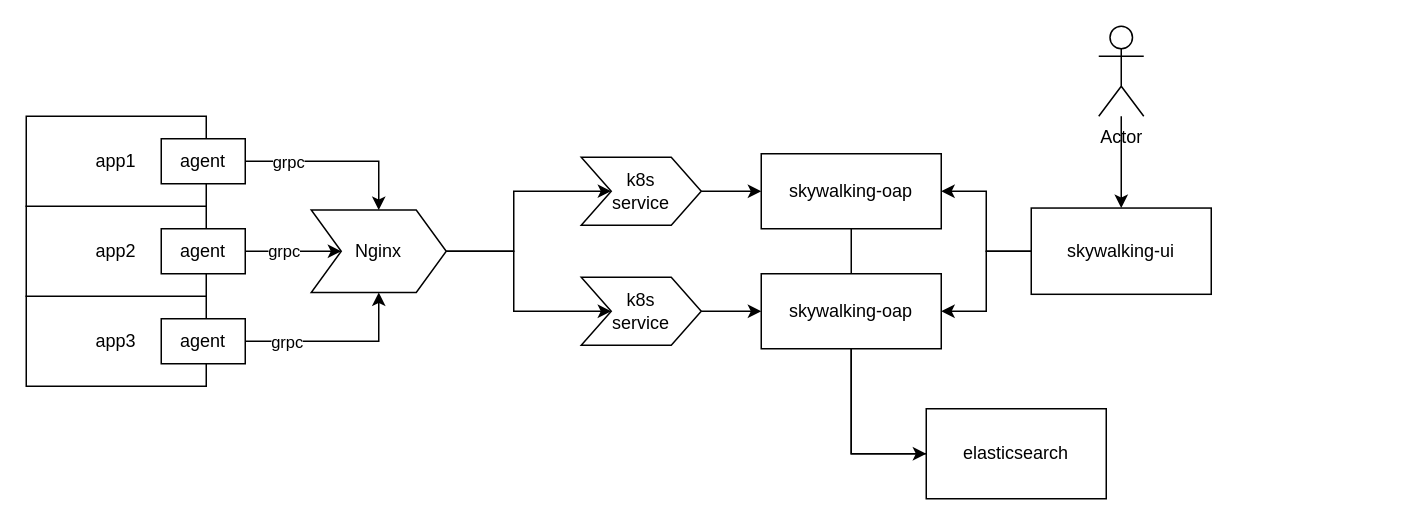
The draw.io diagram source/_posts/Distribution/grpc-in-k8s/skywalking-nginx.drawio in holmofy/blog.hufeifei.cn, before the edit. Source tidied: cells renumbered, new cells numbered last; positions are measured from the earlier drawing's top-left corner, leaving out a move shared by most shapes. Both pictures are drawn from the tidied source at 150%, with x=0, y=0 at pixel (26, 26).
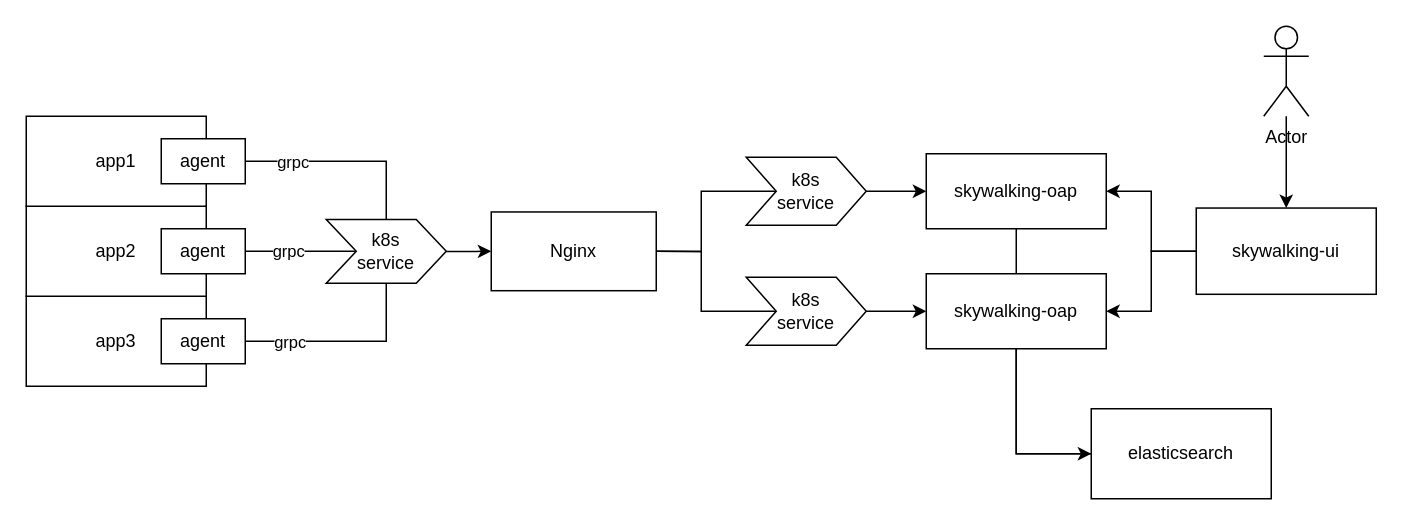
The same diagram, later.

The change refers to these unchanged cells:
```xml
<mxCell id="8" value="agent" style="rounded=0;whiteSpace=wrap;html=1;" parent="1" vertex="1">
  <mxGeometry x="90" y="75" width="56" height="30" as="geometry" />
</mxCell>
<mxCell id="11" value="agent" style="rounded=0;whiteSpace=wrap;html=1;" parent="1" vertex="1">
  <mxGeometry x="90" y="195" width="56" height="30" as="geometry" />
</mxCell>
<mxCell id="14" value="agent" style="rounded=0;whiteSpace=wrap;html=1;" parent="1" vertex="1">
  <mxGeometry x="90" y="135" width="56" height="30" as="geometry" />
</mxCell>
```

Change to the diagram source:
```diff
@@
     <mxCell id="2" style="edgeStyle=orthogonalEdgeStyle;rounded=0;jettySize=auto;html=1;entryX=0.5;entryY=0;entryDx=0;entryDy=0;" parent="1" edge="1" source="17" target="21">
       <mxGeometry relative="1" as="geometry">
         <Array as="points">
-          <mxPoint x="550" y="285" />
           <mxPoint x="660" y="285" />
+          <mxPoint x="770" y="285" />
         </Array>
       </mxGeometry>
     </mxCell>
@@
-    <mxCell id="6" style="edgeStyle=orthogonalEdgeStyle;rounded=0;jettySize=auto;html=1;entryX=0.5;entryY=0;entryDx=0;entryDy=0;" parent="1" edge="1" source="8" target="20">
+    <mxCell id="6" style="edgeStyle=orthogonalEdgeStyle;rounded=0;jettySize=auto;html=1;entryX=0.5;entryY=0;entryDx=0;entryDy=0;endArrow=none;endFill=0;" parent="1" edge="1" source="8" target="20">
       <mxGeometry relative="1" as="geometry" />
     </mxCell>
@@
-    <mxCell id="9" style="edgeStyle=orthogonalEdgeStyle;rounded=0;jettySize=auto;html=1;entryX=0.5;entryY=1;entryDx=0;entryDy=0;" parent="1" edge="1" source="11" target="20">
+    <mxCell id="9" style="edgeStyle=orthogonalEdgeStyle;rounded=0;jettySize=auto;html=1;entryX=0.5;entryY=1;entryDx=0;entryDy=0;endArrow=none;endFill=0;" parent="1" edge="1" source="11" target="20">
       <mxGeometry relative="1" as="geometry" />
     </mxCell>
@@
-    <mxCell id="12" style="edgeStyle=orthogonalEdgeStyle;rounded=0;jettySize=auto;html=1;entryX=0;entryY=0.5;entryDx=0;entryDy=0;" parent="1" edge="1" source="14" target="20">
+    <mxCell id="12" style="edgeStyle=orthogonalEdgeStyle;rounded=0;jettySize=auto;html=1;entryX=0;entryY=0.5;entryDx=0;entryDy=0;endArrow=none;endFill=0;" parent="1" edge="1" source="14" target="20">
       <mxGeometry relative="1" as="geometry" />
     </mxCell>
@@
     <mxCell id="16" value="skywalking-oap" style="rounded=0;whiteSpace=wrap;html=1;" parent="1" vertex="1">
-      <mxGeometry x="490" y="165" width="120" height="50" as="geometry" />
+      <mxGeometry x="600" y="165" width="120" height="50" as="geometry" />
     </mxCell>
     <mxCell id="17" value="skywalking-oap" style="rounded=0;whiteSpace=wrap;html=1;" parent="1" vertex="1">
-      <mxGeometry x="490" y="85" width="120" height="50" as="geometry" />
+      <mxGeometry x="600" y="85" width="120" height="50" as="geometry" />
     </mxCell>
-    <mxCell id="18" style="edgeStyle=orthogonalEdgeStyle;rounded=0;jettySize=auto;html=1;entryX=0;entryY=0.5;entryDx=0;entryDy=0;" parent="1" edge="1" source="20" target="28">
+    <mxCell id="18" style="edgeStyle=orthogonalEdgeStyle;rounded=0;jettySize=auto;html=1;entryX=0;entryY=0.5;entryDx=0;entryDy=0;endArrow=none;endFill=0;exitX=1;exitY=0.5;exitDx=0;exitDy=0;" parent="1" edge="1" source="32" target="28">
       <mxGeometry relative="1" as="geometry" />
     </mxCell>
-    <mxCell id="19" style="edgeStyle=orthogonalEdgeStyle;rounded=0;jettySize=auto;html=1;" parent="1" edge="1" source="20" target="30">
+    <mxCell id="19" style="edgeStyle=orthogonalEdgeStyle;rounded=0;jettySize=auto;html=1;endArrow=none;endFill=0;exitX=1;exitY=0.5;exitDx=0;exitDy=0;" parent="1" edge="1" source="32" target="30">
       <mxGeometry relative="1" as="geometry" />
     </mxCell>
+    <mxCell id="31" style="edgeStyle=orthogonalEdgeStyle;rounded=0;jettySize=auto;html=1;entryX=0;entryY=0.5;entryDx=0;entryDy=0;" parent="1" edge="1" source="20" target="32">
+      <mxGeometry relative="1" as="geometry" />
+    </mxCell>
-    <mxCell id="20" value="Nginx" style="shape=step;perimeter=stepPerimeter;whiteSpace=wrap;html=1;fixedSize=1;" parent="1" vertex="1">
-      <mxGeometry x="190" y="122.5" width="90" height="55" as="geometry" />
+    <mxCell id="20" value="k8s&lt;br&gt;service" style="shape=step;perimeter=stepPerimeter;whiteSpace=wrap;html=1;fixedSize=1;" parent="1" vertex="1">
+      <mxGeometry x="200" y="128.8" width="80" height="42.5" as="geometry" />
     </mxCell>
     <mxCell id="21" value="elasticsearch" style="rounded=0;whiteSpace=wrap;html=1;" parent="1" vertex="1">
-      <mxGeometry x="600" y="255" width="120" height="60" as="geometry" />
+      <mxGeometry x="710" y="255" width="120" height="60" as="geometry" />
     </mxCell>
@@
     <mxCell id="24" value="skywalking-ui" style="rounded=0;whiteSpace=wrap;html=1;" parent="1" vertex="1">
-      <mxGeometry x="670" y="121.2" width="120" height="57.5" as="geometry" />
+      <mxGeometry x="780" y="121.2" width="120" height="57.5" as="geometry" />
     </mxCell>
@@
     <mxCell id="26" value="Actor" style="shape=umlActor;verticalLabelPosition=bottom;verticalAlign=top;html=1;outlineConnect=0;" parent="1" vertex="1">
-      <mxGeometry x="715" width="30" height="60" as="geometry" />
+      <mxGeometry x="825" width="30" height="60" as="geometry" />
     </mxCell>
@@
     <mxCell id="28" value="k8s&lt;br&gt;service" style="shape=step;perimeter=stepPerimeter;whiteSpace=wrap;html=1;fixedSize=1;" parent="1" vertex="1">
-      <mxGeometry x="370" y="87.3" width="80" height="45.3" as="geometry" />
+      <mxGeometry x="480" y="87.3" width="80" height="45.3" as="geometry" />
     </mxCell>
@@
     <mxCell id="30" value="k8s&lt;br&gt;service" style="shape=step;perimeter=stepPerimeter;whiteSpace=wrap;html=1;fixedSize=1;" parent="1" vertex="1">
-      <mxGeometry x="370" y="167.3" width="80" height="45.3" as="geometry" />
+      <mxGeometry x="480" y="167.3" width="80" height="45.3" as="geometry" />
     </mxCell>
+    <mxCell id="32" value="Nginx" style="rounded=0;whiteSpace=wrap;html=1;" parent="1" vertex="1">
+      <mxGeometry x="310" y="123.8" width="110" height="52.5" as="geometry" />
+    </mxCell>
```
